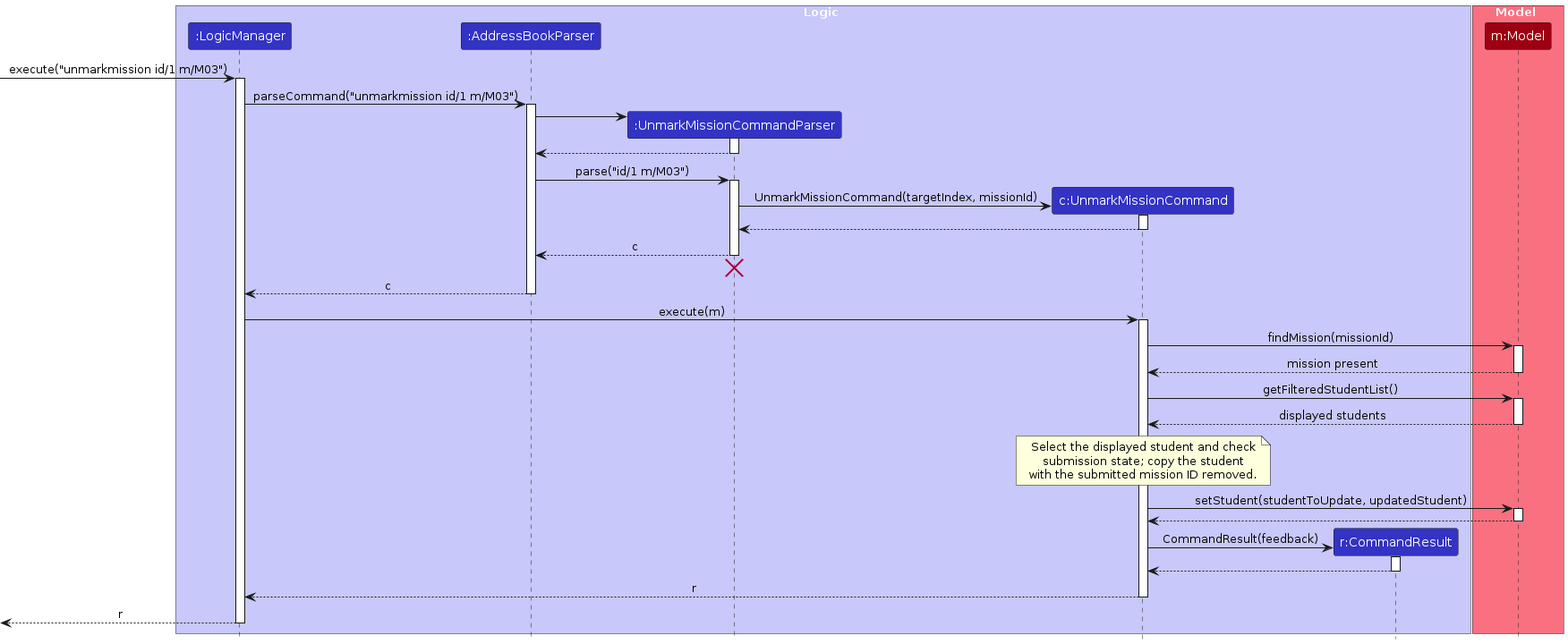
Before: diagrams/UnmarkMissionSubmissionSequenceDiagram.png, a diagram exported from PlantUML (AY2627S1-CS2103T-F14a-1/tp). Its source is kept beside it as diagrams/UnmarkMissionSubmissionSequenceDiagram.puml.
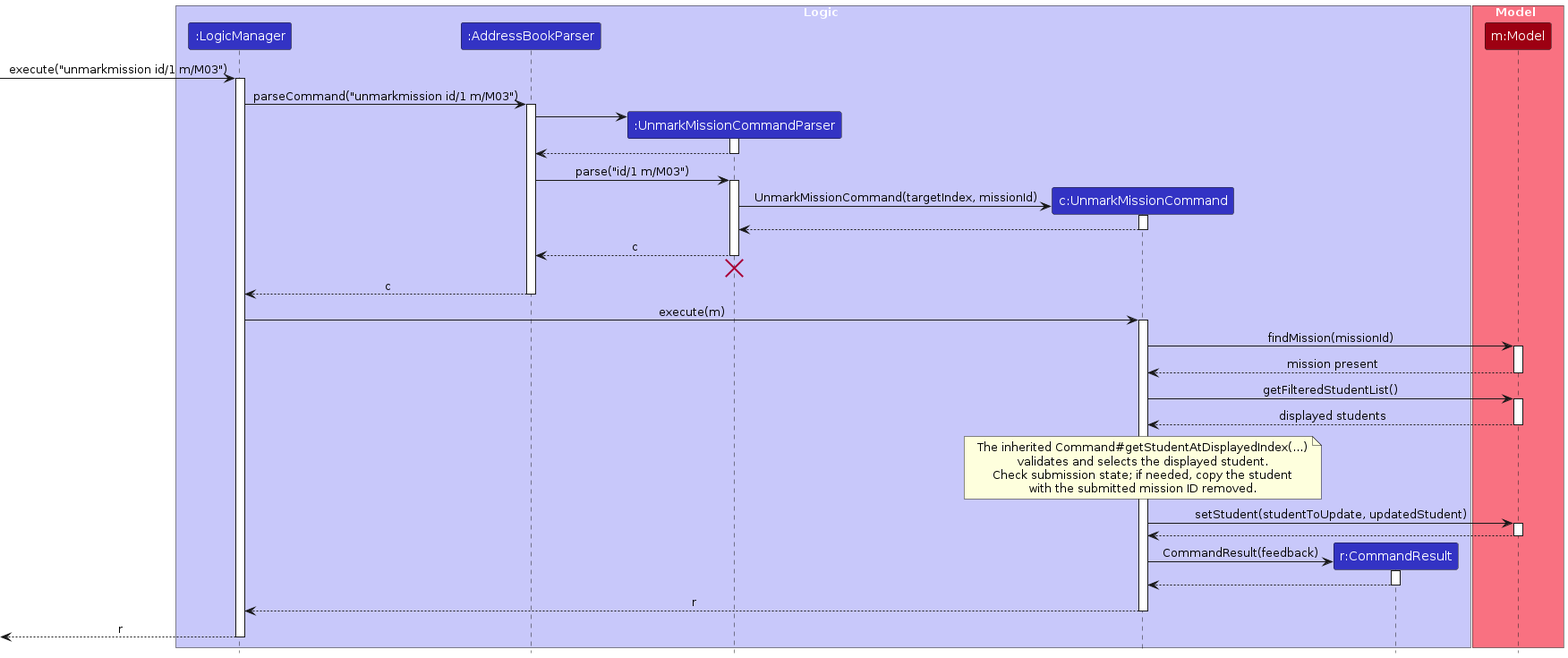
Above is the later version.

Diff of the diagram source:
```diff
@@ -44,8 +44,9 @@
 M --> C : displayed students
 deactivate M
 note over C
-  Select the displayed student and check
-  submission state; copy the student
+  The inherited Command#getStudentAtDisplayedIndex(...)
+  validates and selects the displayed student.
+  Check submission state; if needed, copy the student
   with the submitted mission ID removed.
 end note
 C -> M : setStudent(studentToUpdate, updatedStudent)
```
